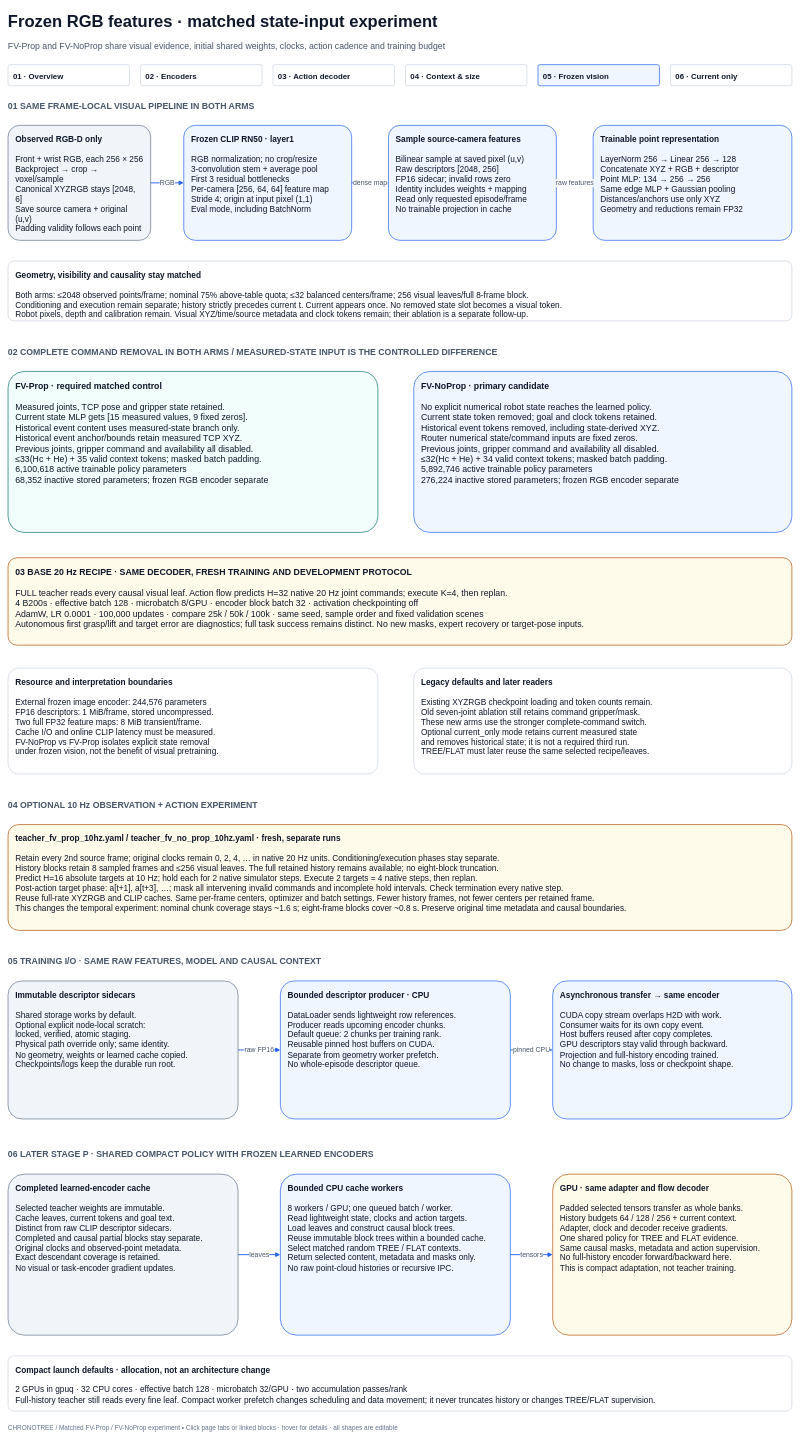
Above: page "05 · Frozen vision" (5 of 6) of docs/diagrams/teacher_architecture.drawio in Ricvalp/chronotree (draw.io), before the change. Source tidied: cells renumbered, new cells numbered last; positions are measured from the earlier drawing's top-left corner, leaving out a move shared by most shapes. Both pictures are drawn from the tidied source at 46%, with x=0, y=0 at pixel (8, 8).
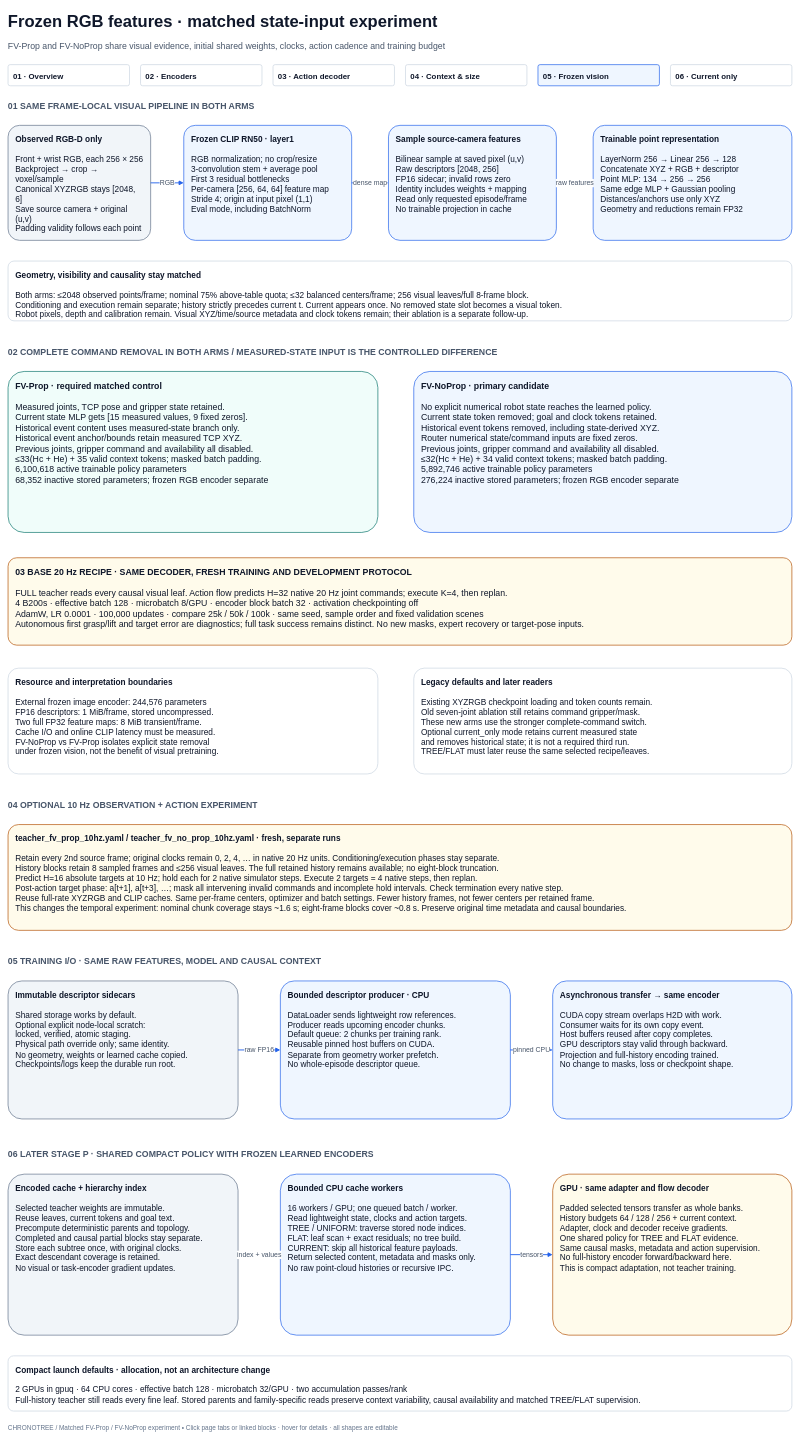
The same diagram, later.

What changed in the source:
```diff
@@
-    <mxCell id="36" value="&lt;b&gt;Completed learned-encoder cache&lt;/b&gt;&lt;br&gt;&lt;br&gt;Selected teacher weights are immutable.&lt;br&gt;Cache leaves, current tokens and goal text.&lt;br&gt;Distinct from raw CLIP descriptor sidecars.&lt;br&gt;Completed and causal partial blocks stay separate.&lt;br&gt;Original clocks and observed-point metadata.&lt;br&gt;Exact descendant coverage is retained.&lt;br&gt;No visual or task-encoder gradient updates." style="rounded=1;arcSize=10;whiteSpace=wrap;html=1;fillColor=#F1F5F9;strokeColor=#64748B;strokeWidth=1.5;align=left;verticalAlign=top;spacing=16;fontFamily=Arial;fontSize=18;fontColor=#0F172A;shadow=0;" parent="1" vertex="1">
+    <mxCell id="36" value="&lt;b&gt;Encoded cache + hierarchy index&lt;/b&gt;&lt;br&gt;&lt;br&gt;Selected teacher weights are immutable.&lt;br&gt;Reuse leaves, current tokens and goal text.&lt;br&gt;Precompute deterministic parents and topology.&lt;br&gt;Completed and causal partial blocks stay separate.&lt;br&gt;Store each subtree once, with original clocks.&lt;br&gt;Exact descendant coverage is retained.&lt;br&gt;No visual or task-encoder gradient updates." style="rounded=1;arcSize=10;whiteSpace=wrap;html=1;fillColor=#F1F5F9;strokeColor=#64748B;strokeWidth=1.5;align=left;verticalAlign=top;spacing=16;fontFamily=Arial;fontSize=18;fontColor=#0F172A;shadow=0;" parent="1" vertex="1">
       <mxGeometry y="2535" width="500" height="350" as="geometry" />
     </mxCell>
-    <mxCell id="37" value="&lt;b&gt;Bounded CPU cache workers&lt;/b&gt;&lt;br&gt;&lt;br&gt;8 workers / GPU; one queued batch / worker.&lt;br&gt;Read lightweight state, clocks and action targets.&lt;br&gt;Load leaves and construct causal block trees.&lt;br&gt;Reuse immutable block trees within a bounded cache.&lt;br&gt;Select matched random TREE / FLAT contexts.&lt;br&gt;Return selected content, metadata and masks only.&lt;br&gt;No raw point-cloud histories or recursive IPC." style="rounded=1;arcSize=10;whiteSpace=wrap;html=1;fillColor=#EFF6FF;strokeColor=#2563EB;strokeWidth=1.5;align=left;verticalAlign=top;spacing=16;fontFamily=Arial;fontSize=18;fontColor=#0F172A;shadow=0;" parent="1" vertex="1">
+    <mxCell id="37" value="&lt;b&gt;Bounded CPU cache workers&lt;/b&gt;&lt;br&gt;&lt;br&gt;16 workers / GPU; one queued batch / worker.&lt;br&gt;Read lightweight state, clocks and action targets.&lt;br&gt;TREE / UNIFORM: traverse stored node indices.&lt;br&gt;FLAT: leaf scan + exact residuals; no tree build.&lt;br&gt;CURRENT: skip all historical feature payloads.&lt;br&gt;Return selected content, metadata and masks only.&lt;br&gt;No raw point-cloud histories or recursive IPC." style="rounded=1;arcSize=10;whiteSpace=wrap;html=1;fillColor=#EFF6FF;strokeColor=#2563EB;strokeWidth=1.5;align=left;verticalAlign=top;spacing=16;fontFamily=Arial;fontSize=18;fontColor=#0F172A;shadow=0;" parent="1" vertex="1">
       <mxGeometry x="592" y="2535" width="500" height="350" as="geometry" />
     </mxCell>
@@
-    <mxCell id="39" value="leaves" style="edgeStyle=orthogonalEdgeStyle;rounded=1;jettySize=auto;html=1;endArrow=block;endFill=1;strokeColor=#2563EB;strokeWidth=2;fontFamily=Arial;fontSize=15;fontColor=#475569;labelBackgroundColor=#FFFFFF;" parent="1" edge="1" source="36" target="37">
+    <mxCell id="39" value="index + values" style="edgeStyle=orthogonalEdgeStyle;rounded=1;jettySize=auto;html=1;endArrow=block;endFill=1;strokeColor=#2563EB;strokeWidth=2;fontFamily=Arial;fontSize=15;fontColor=#475569;labelBackgroundColor=#FFFFFF;" parent="1" edge="1" source="36" target="37">
       <mxGeometry relative="1" as="geometry" />
     </mxCell>
@@
-    <mxCell id="41" value="&lt;b&gt;Compact launch defaults · allocation, not an architecture change&lt;/b&gt;&lt;br&gt;&lt;br&gt;2 GPUs in gpuq · 32 CPU cores · effective batch 128 · microbatch 32/GPU · two accumulation passes/rank&lt;br&gt;Full-history teacher still reads every fine leaf. Compact worker prefetch changes scheduling and data movement; it never truncates history or changes TREE/FLAT supervision." style="rounded=1;arcSize=10;whiteSpace=wrap;html=1;fillColor=#FFFFFF;strokeColor=#CBD5E1;strokeWidth=1.5;align=left;verticalAlign=top;spacing=16;fontFamily=Arial;fontSize=18;fontColor=#0F172A;shadow=0;" parent="1" vertex="1">
+    <mxCell id="41" value="&lt;b&gt;Compact launch defaults · allocation, not an architecture change&lt;/b&gt;&lt;br&gt;&lt;br&gt;2 GPUs in gpuq · 64 CPU cores · effective batch 128 · microbatch 32/GPU · two accumulation passes/rank&lt;br&gt;Full-history teacher still reads every fine leaf. Stored parents and family-specific reads preserve context variability, causal availability and matched TREE/FLAT supervision." style="rounded=1;arcSize=10;whiteSpace=wrap;html=1;fillColor=#FFFFFF;strokeColor=#CBD5E1;strokeWidth=1.5;align=left;verticalAlign=top;spacing=16;fontFamily=Arial;fontSize=18;fontColor=#0F172A;shadow=0;" parent="1" vertex="1">
       <mxGeometry y="2930" width="1704" height="120" as="geometry" />
     </mxCell>
```
